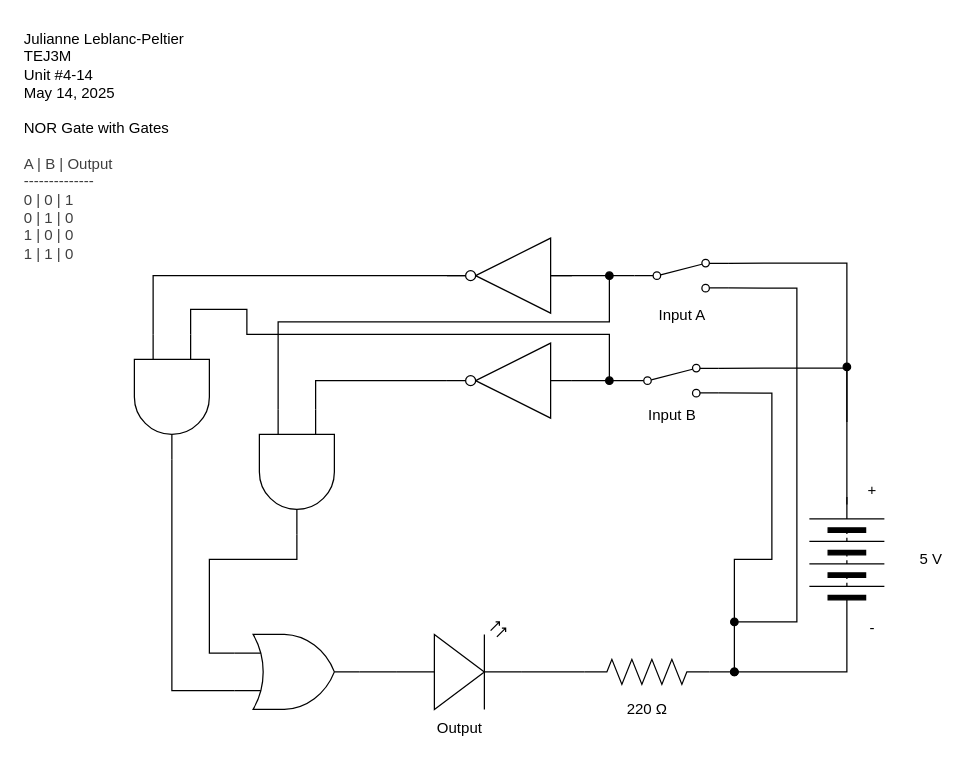
Above: design/TEJ3M-4-15.drawio in Julianne-Leblanc-Peltier/TEJ3M-Unit4 (draw.io), before the change. Source tidied: cells renumbered, new cells numbered last; positions are measured from the earlier drawing's top-left corner, leaving out a move shared by most shapes. Both pictures are drawn from the tidied source at 125%, with x=0, y=0 at pixel (21, 21).
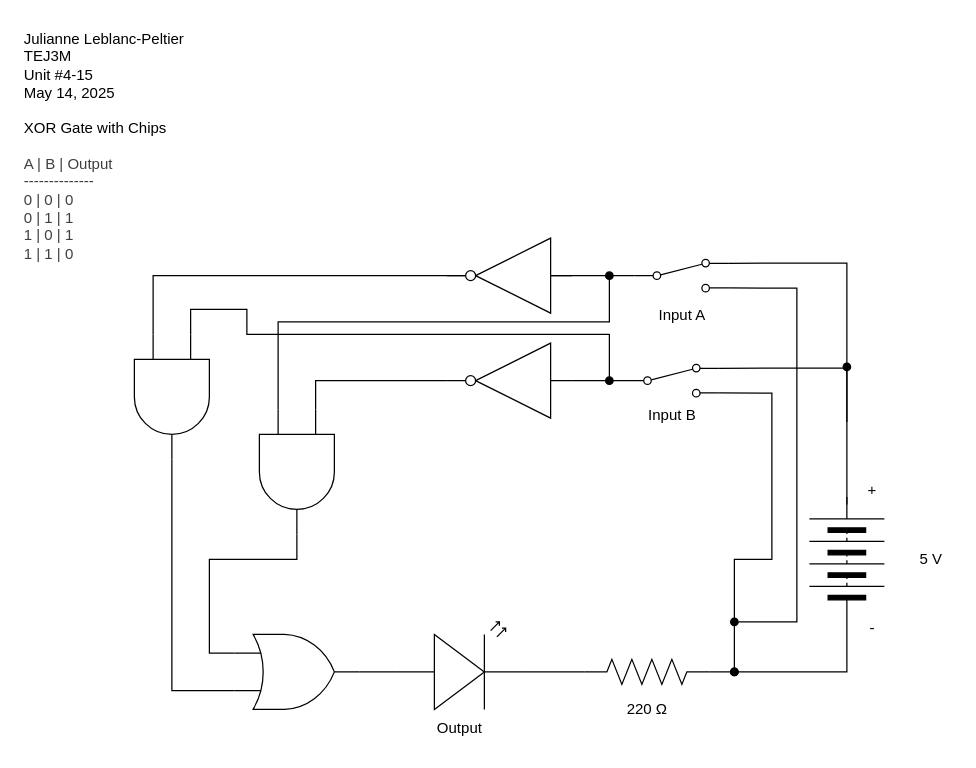
Above is the later version.

The edit, as a diff of the source:
```diff
@@
-    <mxCell id="11" value="Julianne Leblanc-Peltier&lt;div&gt;TEJ3M&lt;/div&gt;&lt;div&gt;Unit #4-14&lt;/div&gt;&lt;div&gt;May 14, 2025&lt;/div&gt;" style="text;html=1;align=left;verticalAlign=middle;strokeColor=none;fillColor=none;" parent="1" vertex="1">
+    <mxCell id="11" value="Julianne Leblanc-Peltier&lt;div&gt;TEJ3M&lt;/div&gt;&lt;div&gt;Unit #4-15&lt;/div&gt;&lt;div&gt;May 14, 2025&lt;/div&gt;" style="text;html=1;align=left;verticalAlign=middle;strokeColor=none;fillColor=none;" parent="1" vertex="1">
       <mxGeometry width="150" height="70" as="geometry" />
     </mxCell>
@@
-    <mxCell id="15" value="&lt;span style=&quot;color: rgb(0, 0, 0);&quot;&gt;NOR Gate with Gates&lt;/span&gt;&lt;div&gt;&lt;font color=&quot;#000000&quot;&gt;&lt;br&gt;&lt;/font&gt;&lt;div style=&quot;color: rgb(63, 63, 63); scrollbar-color: rgb(226, 226, 226) rgb(251, 251, 251);&quot;&gt;&lt;span style=&quot;scrollbar-color: rgb(226, 226, 226) rgb(251, 251, 251); background-color: transparent; color: rgb(63, 63, 63);&quot;&gt;A | B | Output&lt;/span&gt;&lt;div style=&quot;color: rgb(63, 63, 63); scrollbar-color: rgb(226, 226, 226) rgb(251, 251, 251);&quot;&gt;--------------&lt;/div&gt;&lt;div style=&quot;color: rgb(63, 63, 63); scrollbar-color: rgb(226, 226, 226) rgb(251, 251, 251);&quot;&gt;0 | 0 | 1&lt;/div&gt;&lt;div style=&quot;color: rgb(63, 63, 63); scrollbar-color: rgb(226, 226, 226) rgb(251, 251, 251);&quot;&gt;0 | 1 | 0&lt;/div&gt;&lt;/div&gt;&lt;div style=&quot;color: rgb(63, 63, 63); scrollbar-color: rgb(226, 226, 226) rgb(251, 251, 251);&quot;&gt;1 | 0 | 0&lt;/div&gt;&lt;div style=&quot;color: rgb(63, 63, 63); scrollbar-color: rgb(226, 226, 226) rgb(251, 251, 251);&quot;&gt;1 | 1 | 0&lt;/div&gt;&lt;/div&gt;" style="text;html=1;align=left;verticalAlign=middle;strokeColor=none;fillColor=none;" parent="1" vertex="1">
+    <mxCell id="15" value="&lt;span style=&quot;color: rgb(0, 0, 0);&quot;&gt;XOR Gate with Chips&lt;/span&gt;&lt;div&gt;&lt;font color=&quot;#000000&quot;&gt;&lt;br&gt;&lt;/font&gt;&lt;div style=&quot;color: rgb(63, 63, 63); scrollbar-color: rgb(226, 226, 226) rgb(251, 251, 251);&quot;&gt;&lt;span style=&quot;scrollbar-color: rgb(226, 226, 226) rgb(251, 251, 251); background-color: transparent; color: rgb(63, 63, 63);&quot;&gt;A | B | Output&lt;/span&gt;&lt;div style=&quot;color: rgb(63, 63, 63); scrollbar-color: rgb(226, 226, 226) rgb(251, 251, 251);&quot;&gt;--------------&lt;/div&gt;&lt;div style=&quot;color: rgb(63, 63, 63); scrollbar-color: rgb(226, 226, 226) rgb(251, 251, 251);&quot;&gt;0 | 0 | 0&lt;/div&gt;&lt;div style=&quot;color: rgb(63, 63, 63); scrollbar-color: rgb(226, 226, 226) rgb(251, 251, 251);&quot;&gt;0 | 1 | 1&lt;/div&gt;&lt;/div&gt;&lt;div style=&quot;color: rgb(63, 63, 63); scrollbar-color: rgb(226, 226, 226) rgb(251, 251, 251);&quot;&gt;1 | 0 | 1&lt;/div&gt;&lt;div style=&quot;color: rgb(63, 63, 63); scrollbar-color: rgb(226, 226, 226) rgb(251, 251, 251);&quot;&gt;1 | 1 | 0&lt;/div&gt;&lt;/div&gt;" style="text;html=1;align=left;verticalAlign=middle;strokeColor=none;fillColor=none;" parent="1" vertex="1">
       <mxGeometry y="70" width="140" height="130" as="geometry" />
     </mxCell>
```
